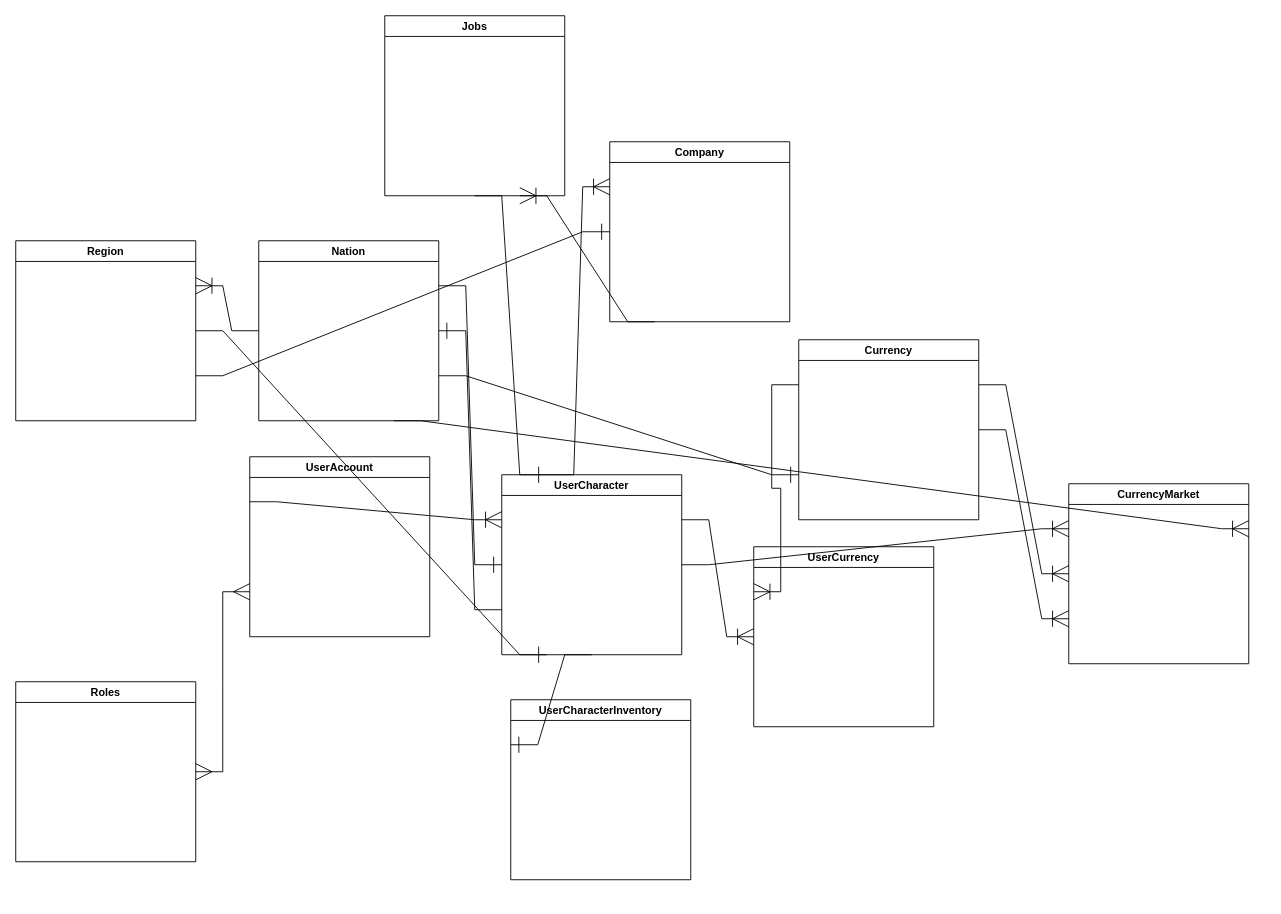
lwaw/fantasy-sim-backend keeps this draw.io diagram as Docs/Database_scheme.drawio. Above is the earlier version. Source tidied: cells renumbered, new cells numbered last; positions are measured from the earlier drawing's top-left corner, leaving out a move shared by most shapes. Both pictures are drawn from the tidied source at 90%, with x=0, y=0 at pixel (15, 15).
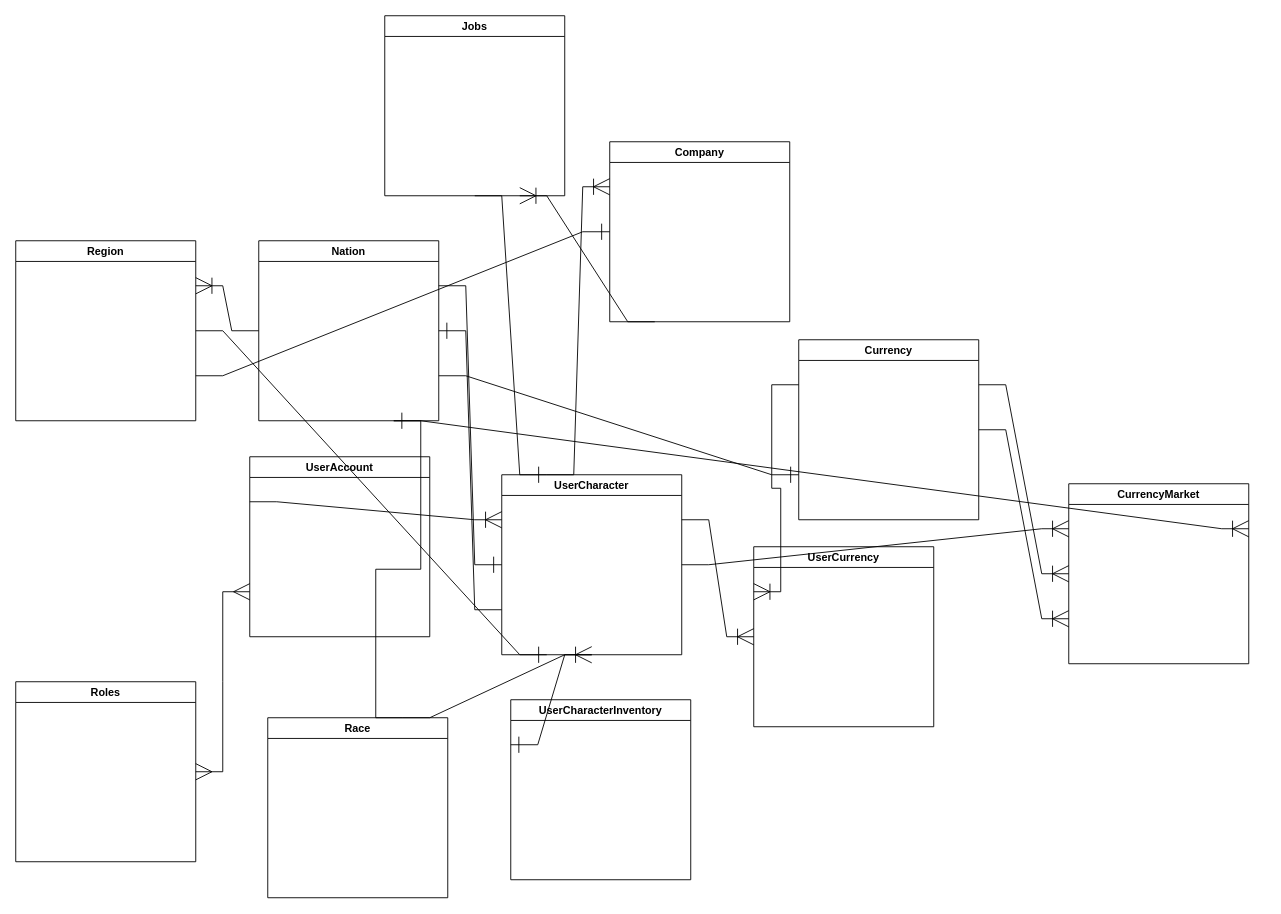
The same diagram, later.

Unchanged cells that the change refers to:
```xml
<mxCell id="11" value="Nation" style="swimlane;whiteSpace=wrap;html=1;" parent="1" vertex="1">
  <mxGeometry x="270" y="250" width="200" height="200" as="geometry" />
</mxCell>
```

The edit, as a diff of the source:
```diff
@@
+    <mxCell id="31" value="Race" style="swimlane;whiteSpace=wrap;html=1;" parent="1" vertex="1">
+      <mxGeometry x="280" y="780" width="200" height="200" as="geometry" />
+    </mxCell>
+    <mxCell id="32" style="edgeStyle=entityRelationEdgeStyle;fontSize=12;html=1;endArrow=ERoneToMany;rounded=0;endSize=16;exitX=0.75;exitY=0;exitDx=0;exitDy=0;" parent="1" edge="1" source="31">
+      <mxGeometry relative="1" as="geometry">
+        <mxPoint x="640" y="710" as="targetPoint" />
+      </mxGeometry>
+    </mxCell>
+    <mxCell id="33" style="edgeStyle=entityRelationEdgeStyle;fontSize=12;html=1;endArrow=ERone;endFill=1;rounded=0;startSize=16;endSize=16;exitX=0.75;exitY=0;exitDx=0;exitDy=0;entryX=0.75;entryY=1;entryDx=0;entryDy=0;" parent="1" edge="1" source="31" target="11">
+      <mxGeometry x="-1" y="233" relative="1" as="geometry">
+        <mxPoint x="-230" y="193" as="offset" />
+      </mxGeometry>
+    </mxCell>
```
